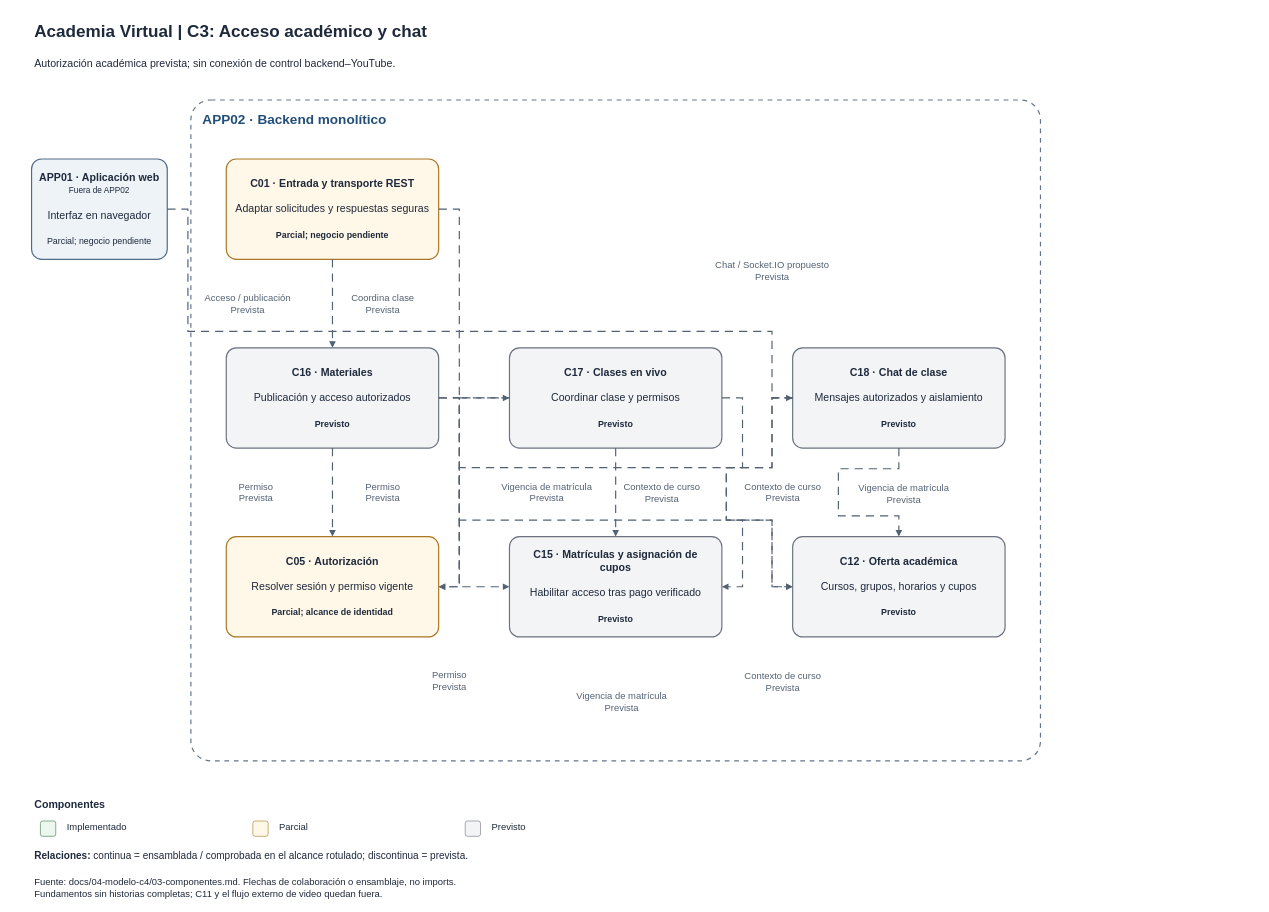
Above: page "6 - Acceso academico y chat" (7 of 8) of docs/diagramas/c4-componentes.drawio in WillimasRusbelths/academia-virtual (draw.io), before the change. Source tidied: cells renumbered, new cells numbered last; positions are measured from the earlier drawing's top-left corner, leaving out a move shared by most shapes. Both pictures are drawn from the tidied source at 59%, with x=0, y=0 at pixel (31, 17).
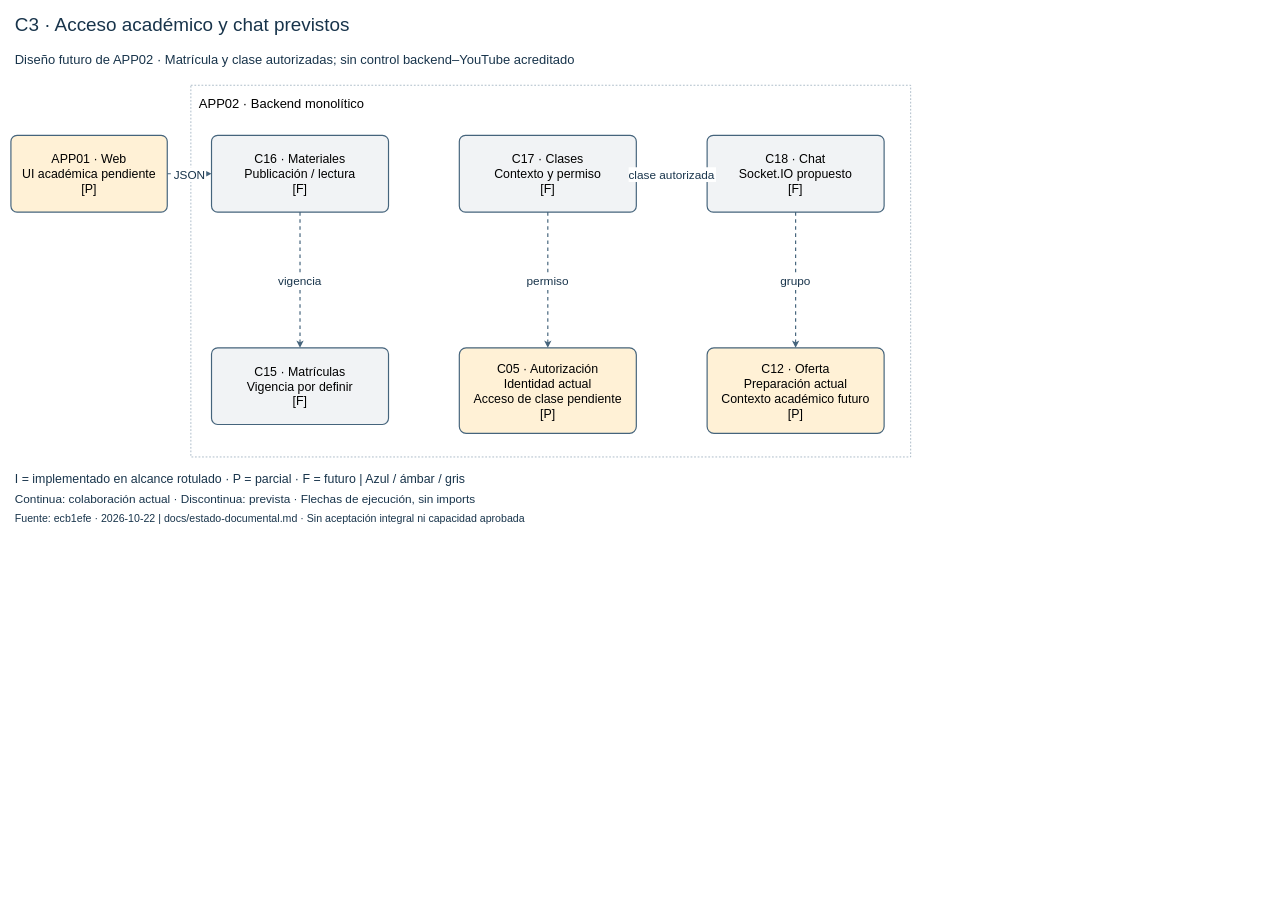
Above is the later version.

The edit, as a diff of the source:
```diff
@@
-<mxGraphModel background="#ffffff">
+<mxGraphModel>
@@
-    <mxCell id="2" value="&lt;b&gt;Academia Virtual | C3: Acceso académico y chat&lt;/b&gt;" style="fontFamily=Arial;html=1;text;whiteSpace=wrap;align=left;verticalAlign=middle;spacing=5;fontSize=29;fontColor=#1e293b;fillColor=none;strokeColor=none;" parent="1" vertex="1">
-      <mxGeometry width="2080" height="48" as="geometry" />
+    <mxCell id="2" value="C3 · Acceso académico y chat previstos" style="text;html=0;whiteSpace=wrap;align=left;verticalAlign=middle;fontSize=32;fontColor=#18344b;" parent="1" vertex="1">
+      <mxGeometry x="-30" y="-12" width="1540" height="50" as="geometry" />
     </mxCell>
-    <mxCell id="3" value="Autorización académica prevista; sin conexión de control backend–YouTube." style="fontFamily=Arial;html=1;text;whiteSpace=wrap;align=left;verticalAlign=middle;spacing=5;fontSize=18;fontColor=#1e293b;fillColor=none;strokeColor=none;" parent="1" vertex="1">
-      <mxGeometry y="55" width="2080" height="45" as="geometry" />
-    </mxCell>
+    <mxCell id="34" value="Diseño futuro de APP02 · Matrícula y clase autorizadas; sin control backend–YouTube acreditado" style="text;html=0;whiteSpace=wrap;align=left;verticalAlign=middle;fontSize=22;fontColor=#18344b;" parent="1" vertex="1">
+      <mxGeometry x="-30" y="43" width="1540" height="58" as="geometry" />
+    </mxCell>
+    <mxCell id="35" value="I = implementado en alcance rotulado · P = parcial · F = futuro | Azul / ámbar / gris" style="text;html=0;whiteSpace=wrap;align=left;verticalAlign=middle;fontSize=21;fontColor=#18344b;" parent="1" vertex="1">
+      <mxGeometry x="-30" y="765" width="1540" height="32" as="geometry" />
+    </mxCell>
+    <mxCell id="36" value="Continua: colaboración actual · Discontinua: prevista · Flechas de ejecución, sin imports" style="text;html=0;whiteSpace=wrap;align=left;verticalAlign=middle;fontSize=20;fontColor=#18344b;" parent="1" vertex="1">
+      <mxGeometry x="-30" y="800" width="1540" height="29" as="geometry" />
+    </mxCell>
+    <mxCell id="33" value="Fuente: ecb1efe · 2026-10-22 | docs/estado-documental.md · Sin aceptación integral ni capacidad aprobada" style="text;html=0;whiteSpace=wrap;align=left;verticalAlign=middle;fontSize=18;fontColor=#18344b;" parent="1" vertex="1">
+      <mxGeometry x="-30" y="836" width="1540" height="25" as="geometry" />
+    </mxCell>
-    <mxCell id="4" value="&lt;b&gt;APP02 · Backend monolítico&lt;/b&gt;" style="fontFamily=Arial;html=1;rounded=1;arcSize=3;align=left;verticalAlign=top;spacingLeft=18;spacingTop=14;fontSize=23;fontColor=#234e78;fillColor=#ffffff;strokeColor=#64748b;strokeWidth=2;dashed=1;dashPattern=4 4;" parent="1" vertex="1">
-      <mxGeometry x="270" y="140" width="1440" height="1120" as="geometry" />
+    <mxCell id="4" value="APP02 · Backend monolítico" style="rounded=0;html=0;whiteSpace=wrap;align=left;verticalAlign=top;spacing=14;fontSize=22;fillColor=#ffffff;strokeColor=#7891a5;dashed=1;" parent="1" vertex="1">
+      <mxGeometry x="270" y="115" width="1220" height="630" as="geometry" />
     </mxCell>
-    <mxCell id="5" value="&lt;b&gt;C01 · Entrada y transporte REST&lt;/b&gt;&lt;br&gt;&lt;br&gt;Adaptar solicitudes y respuestas seguras&lt;br&gt;&lt;br&gt;&lt;span style=&quot;font-size:15px&quot;&gt;&lt;b&gt;Parcial; negocio pendiente&lt;/b&gt;&lt;/span&gt;" style="fontFamily=Arial;html=1;rounded=1;arcSize=10;whiteSpace=wrap;align=center;verticalAlign=middle;spacing=14;fontSize=18;fontColor=#1e293b;fillColor=#fff7e7;strokeColor=#a97725;strokeWidth=2;" parent="4" vertex="1">
-      <mxGeometry x="60" y="100" width="360" height="170" as="geometry" />
-    </mxCell>
+    <mxCell id="12" value="APP01 · Web&#10;UI académica pendiente&#10;[P]" style="rounded=1;arcSize=8;html=0;whiteSpace=wrap;align=center;verticalAlign=middle;fontSize=21;spacing=10;fillColor=#fff1d6;strokeColor=#45647c;strokeWidth=2;" parent="1" vertex="1">
+      <mxGeometry x="-35" y="200" width="265" height="130" as="geometry" />
+    </mxCell>
-    <mxCell id="6" value="&lt;b&gt;C16 · Materiales&lt;/b&gt;&lt;br&gt;&lt;br&gt;Publicación y acceso autorizados&lt;br&gt;&lt;br&gt;&lt;span style=&quot;font-size:15px&quot;&gt;&lt;b&gt;Previsto&lt;/b&gt;&lt;/span&gt;" style="fontFamily=Arial;html=1;rounded=1;arcSize=10;whiteSpace=wrap;align=center;verticalAlign=middle;spacing=14;fontSize=18;fontColor=#1e293b;fillColor=#f3f4f6;strokeColor=#6b7280;strokeWidth=2;" parent="4" vertex="1">
-      <mxGeometry x="60" y="420" width="360" height="170" as="geometry" />
+    <mxCell id="6" value="C16 · Materiales&#10;Publicación / lectura&#10;[F]" style="rounded=1;arcSize=8;html=0;whiteSpace=wrap;align=center;verticalAlign=middle;fontSize=21;spacing=10;fillColor=#f1f3f5;strokeColor=#45647c;strokeWidth=2;" parent="1" vertex="1">
+      <mxGeometry x="305" y="200" width="300" height="130" as="geometry" />
     </mxCell>
-    <mxCell id="7" value="&lt;b&gt;C17 · Clases en vivo&lt;/b&gt;&lt;br&gt;&lt;br&gt;Coordinar clase y permisos&lt;br&gt;&lt;br&gt;&lt;span style=&quot;font-size:15px&quot;&gt;&lt;b&gt;Previsto&lt;/b&gt;&lt;/span&gt;" style="fontFamily=Arial;html=1;rounded=1;arcSize=10;whiteSpace=wrap;align=center;verticalAlign=middle;spacing=14;fontSize=18;fontColor=#1e293b;fillColor=#f3f4f6;strokeColor=#6b7280;strokeWidth=2;" parent="4" vertex="1">
-      <mxGeometry x="540" y="420" width="360" height="170" as="geometry" />
+    <mxCell id="7" value="C17 · Clases&#10;Contexto y permiso&#10;[F]" style="rounded=1;arcSize=8;html=0;whiteSpace=wrap;align=center;verticalAlign=middle;fontSize=21;spacing=10;fillColor=#f1f3f5;strokeColor=#45647c;strokeWidth=2;" parent="1" vertex="1">
+      <mxGeometry x="725" y="200" width="300" height="130" as="geometry" />
     </mxCell>
-    <mxCell id="8" value="&lt;b&gt;C18 · Chat de clase&lt;/b&gt;&lt;br&gt;&lt;br&gt;Mensajes autorizados y aislamiento&lt;br&gt;&lt;br&gt;&lt;span style=&quot;font-size:15px&quot;&gt;&lt;b&gt;Previsto&lt;/b&gt;&lt;/span&gt;" style="fontFamily=Arial;html=1;rounded=1;arcSize=10;whiteSpace=wrap;align=center;verticalAlign=middle;spacing=14;fontSize=18;fontColor=#1e293b;fillColor=#f3f4f6;strokeColor=#6b7280;strokeWidth=2;" parent="4" vertex="1">
-      <mxGeometry x="1020" y="420" width="360" height="170" as="geometry" />
+    <mxCell id="8" value="C18 · Chat&#10;Socket.IO propuesto&#10;[F]" style="rounded=1;arcSize=8;html=0;whiteSpace=wrap;align=center;verticalAlign=middle;fontSize=21;spacing=10;fillColor=#f1f3f5;strokeColor=#45647c;strokeWidth=2;" parent="1" vertex="1">
+      <mxGeometry x="1145" y="200" width="300" height="130" as="geometry" />
     </mxCell>
+    <mxCell id="10" value="C15 · Matrículas&#10;Vigencia por definir&#10;[F]" style="rounded=1;arcSize=8;html=0;whiteSpace=wrap;align=center;verticalAlign=middle;fontSize=21;spacing=10;fillColor=#f1f3f5;strokeColor=#45647c;strokeWidth=2;" parent="1" vertex="1">
+      <mxGeometry x="305" y="560" width="300" height="130" as="geometry" />
+    </mxCell>
-    <mxCell id="9" value="&lt;b&gt;C05 · Autorización&lt;/b&gt;&lt;br&gt;&lt;br&gt;Resolver sesión y permiso vigente&lt;br&gt;&lt;br&gt;&lt;span style=&quot;font-size:15px&quot;&gt;&lt;b&gt;Parcial; alcance de identidad&lt;/b&gt;&lt;/span&gt;" style="fontFamily=Arial;html=1;rounded=1;arcSize=10;whiteSpace=wrap;align=center;verticalAlign=middle;spacing=14;fontSize=18;fontColor=#1e293b;fillColor=#fff7e7;strokeColor=#a97725;strokeWidth=2;" parent="4" vertex="1">
-      <mxGeometry x="60" y="740" width="360" height="170" as="geometry" />
+    <mxCell id="9" value="C05 · Autorización&#10;Identidad actual&#10;Acceso de clase pendiente&#10;[P]" style="rounded=1;arcSize=8;html=0;whiteSpace=wrap;align=center;verticalAlign=middle;fontSize=21;spacing=10;fillColor=#fff1d6;strokeColor=#45647c;strokeWidth=2;" parent="1" vertex="1">
+      <mxGeometry x="725" y="560" width="300" height="145" as="geometry" />
     </mxCell>
-    <mxCell id="10" value="&lt;b&gt;C15 · Matrículas y asignación de cupos&lt;/b&gt;&lt;br&gt;&lt;br&gt;Habilitar acceso tras pago verificado&lt;br&gt;&lt;br&gt;&lt;span style=&quot;font-size:15px&quot;&gt;&lt;b&gt;Previsto&lt;/b&gt;&lt;/span&gt;" style="fontFamily=Arial;html=1;rounded=1;arcSize=10;whiteSpace=wrap;align=center;verticalAlign=middle;spacing=14;fontSize=18;fontColor=#1e293b;fillColor=#f3f4f6;strokeColor=#6b7280;strokeWidth=2;" parent="4" vertex="1">
-      <mxGeometry x="540" y="740" width="360" height="170" as="geometry" />
-    </mxCell>
-    <mxCell id="11" value="&lt;b&gt;C12 · Oferta académica&lt;/b&gt;&lt;br&gt;&lt;br&gt;Cursos, grupos, horarios y cupos&lt;br&gt;&lt;br&gt;&lt;span style=&quot;font-size:15px&quot;&gt;&lt;b&gt;Previsto&lt;/b&gt;&lt;/span&gt;" style="fontFamily=Arial;html=1;rounded=1;arcSize=10;whiteSpace=wrap;align=center;verticalAlign=middle;spacing=14;fontSize=18;fontColor=#1e293b;fillColor=#f3f4f6;strokeColor=#6b7280;strokeWidth=2;" parent="4" vertex="1">
-      <mxGeometry x="1020" y="740" width="360" height="170" as="geometry" />
+    <mxCell id="11" value="C12 · Oferta&#10;Preparación actual&#10;Contexto académico futuro&#10;[P]" style="rounded=1;arcSize=8;html=0;whiteSpace=wrap;align=center;verticalAlign=middle;fontSize=21;spacing=10;fillColor=#fff1d6;strokeColor=#45647c;strokeWidth=2;" parent="1" vertex="1">
+      <mxGeometry x="1145" y="560" width="300" height="145" as="geometry" />
     </mxCell>
-    <mxCell id="12" value="&lt;b&gt;APP01 · Aplicación web&lt;/b&gt;&lt;br&gt;&lt;span style=&quot;font-size:14px&quot;&gt;Fuera de APP02&lt;/span&gt;&lt;br&gt;&lt;br&gt;Interfaz en navegador&lt;br&gt;&lt;br&gt;&lt;span style=&quot;font-size:15px&quot;&gt;Parcial; negocio pendiente&lt;/span&gt;" style="fontFamily=Arial;html=1;rounded=1;arcSize=10;whiteSpace=wrap;align=center;verticalAlign=middle;spacing=12;fontSize=18;fontColor=#1e293b;fillColor=#eef3f8;strokeColor=#526b85;strokeWidth=2;" parent="1" vertex="1">
-      <mxGeometry y="240" width="230" height="170" as="geometry" />
-    </mxCell>
-    <mxCell id="13" value="Acceso / publicación&lt;br&gt;Prevista" style="fontFamily=Arial;html=1;edgeStyle=segmentEdgeStyle;rounded=0;exitX=0.5;exitY=1;entryX=0.5;entryY=0;exitDx=0;exitDy=0;entryDx=0;entryDy=0;endArrow=block;endFill=1;startArrow=none;strokeWidth=2;strokeColor=#536273;fontSize=16;fontColor=#536273;labelBackgroundColor=#ffffff;align=center;verticalAlign=middle;dashed=1;dashPattern=7 5;" parent="1" edge="1" source="5" target="6">
-      <mxGeometry relative="1" as="geometry">
-        <mxPoint x="-144" as="offset" />
-      </mxGeometry>
-    </mxCell>
-    <mxCell id="14" value="Coordina clase&lt;br&gt;Prevista" style="fontFamily=Arial;html=1;edgeStyle=segmentEdgeStyle;rounded=0;exitX=1;exitY=0.5;entryX=0;entryY=0.5;exitDx=0;exitDy=0;entryDx=0;entryDy=0;endArrow=block;endFill=1;startArrow=none;strokeWidth=2;strokeColor=#536273;fontSize=16;fontColor=#536273;labelBackgroundColor=#ffffff;align=center;verticalAlign=middle;dashed=1;dashPattern=7 5;" parent="1" edge="1" source="5" target="7">
-      <mxGeometry relative="1" as="geometry">
-        <Array as="points">
-          <mxPoint x="725" y="325" />
-          <mxPoint x="725" y="645" />
-        </Array>
-        <mxPoint x="-130" y="-25" as="offset" />
-      </mxGeometry>
-    </mxCell>
-    <mxCell id="15" value="Chat / Socket.IO propuesto&lt;br&gt;Prevista" style="fontFamily=Arial;html=1;edgeStyle=segmentEdgeStyle;rounded=0;exitX=1;exitY=0.5;entryX=0;entryY=0.5;exitDx=0;exitDy=0;entryDx=0;entryDy=0;endArrow=block;endFill=1;startArrow=none;strokeWidth=2;strokeColor=#536273;fontSize=16;fontColor=#536273;labelBackgroundColor=#ffffff;align=center;verticalAlign=middle;dashed=1;dashPattern=7 5;" parent="1" edge="1" source="12" target="8">
-      <mxGeometry relative="1" as="geometry">
-        <Array as="points">
-          <mxPoint x="265" y="325" />
-          <mxPoint x="265" y="532" />
-          <mxPoint x="1255" y="532" />
-          <mxPoint x="1255" y="645" />
-        </Array>
-        <mxPoint x="542" y="-103.5" as="offset" />
-      </mxGeometry>
-    </mxCell>
-    <mxCell id="16" value="Permiso&lt;br&gt;Prevista" style="fontFamily=Arial;html=1;edgeStyle=segmentEdgeStyle;rounded=0;exitX=0.5;exitY=1;entryX=0.5;entryY=0;exitDx=0;exitDy=0;entryDx=0;entryDy=0;endArrow=block;endFill=1;startArrow=none;strokeWidth=2;strokeColor=#536273;fontSize=16;fontColor=#536273;labelBackgroundColor=#ffffff;align=center;verticalAlign=middle;dashed=1;dashPattern=7 5;" parent="1" edge="1" source="6" target="9">
-      <mxGeometry relative="1" as="geometry">
-        <mxPoint x="-130" as="offset" />
-      </mxGeometry>
-    </mxCell>
+    <mxCell id="37" value="JSON" style="edgeStyle=orthogonalEdgeStyle;rounded=0;html=0;fontSize=20;fontColor=#18344b;strokeColor=#45647c;strokeWidth=2;endArrow=classic;endFill=1;exitX=1;exitY=0.5;entryX=0;entryY=0.5;dashed=1;" parent="1" edge="1" source="12" target="6">
+      <mxGeometry relative="1" as="geometry" />
+    </mxCell>
-    <mxCell id="17" value="Vigencia de matrícula&lt;br&gt;Prevista" style="fontFamily=Arial;html=1;edgeStyle=segmentEdgeStyle;rounded=0;exitX=1;exitY=0.5;entryX=0;entryY=0.5;exitDx=0;exitDy=0;entryDx=0;entryDy=0;endArrow=block;endFill=1;startArrow=none;strokeWidth=2;strokeColor=#536273;fontSize=16;fontColor=#536273;labelBackgroundColor=#ffffff;align=center;verticalAlign=middle;dashed=1;dashPattern=7 5;" parent="1" edge="1" source="6" target="10">
-      <mxGeometry relative="1" as="geometry">
-        <Array as="points">
-          <mxPoint x="725" y="645" />
-          <mxPoint x="725" y="965" />
-        </Array>
-        <mxPoint x="148" y="-25" as="offset" />
-      </mxGeometry>
+    <mxCell id="17" value="vigencia" style="edgeStyle=orthogonalEdgeStyle;rounded=0;html=0;fontSize=20;fontColor=#18344b;strokeColor=#45647c;strokeWidth=2;endArrow=classic;endFill=1;exitX=0.5;exitY=1;entryX=0.5;entryY=0;dashed=1;" parent="1" edge="1" source="6" target="10">
+      <mxGeometry relative="1" as="geometry" />
     </mxCell>
-    <mxCell id="18" value="Contexto de curso&lt;br&gt;Prevista" style="fontFamily=Arial;html=1;edgeStyle=segmentEdgeStyle;rounded=0;exitX=1;exitY=0.5;entryX=0;entryY=0.5;exitDx=0;exitDy=0;entryDx=0;entryDy=0;endArrow=block;endFill=1;startArrow=none;strokeWidth=2;strokeColor=#536273;fontSize=16;fontColor=#536273;labelBackgroundColor=#ffffff;align=center;verticalAlign=middle;dashed=1;dashPattern=7 5;" parent="1" edge="1" source="6" target="11">
-      <mxGeometry relative="1" as="geometry">
-        <Array as="points">
-          <mxPoint x="725" y="645" />
-          <mxPoint x="725" y="852" />
-          <mxPoint x="1255" y="852" />
-          <mxPoint x="1255" y="965" />
-        </Array>
-        <mxPoint x="329.5" y="-47" as="offset" />
-      </mxGeometry>
-    </mxCell>
-    <mxCell id="19" value="Permiso&lt;br&gt;Prevista" style="fontFamily=Arial;html=1;edgeStyle=segmentEdgeStyle;rounded=0;exitX=0;exitY=0.5;entryX=1;entryY=0.5;exitDx=0;exitDy=0;entryDx=0;entryDy=0;endArrow=block;endFill=1;startArrow=none;strokeWidth=2;strokeColor=#536273;fontSize=16;fontColor=#536273;labelBackgroundColor=#ffffff;align=center;verticalAlign=middle;dashed=1;dashPattern=7 5;" parent="1" edge="1" source="7" target="9">
-      <mxGeometry relative="1" as="geometry">
-        <Array as="points">
-          <mxPoint x="725" y="645" />
-          <mxPoint x="725" y="965" />
-        </Array>
-        <mxPoint x="-130" y="25" as="offset" />
-      </mxGeometry>
+    <mxCell id="19" value="permiso" style="edgeStyle=orthogonalEdgeStyle;rounded=0;html=0;fontSize=20;fontColor=#18344b;strokeColor=#45647c;strokeWidth=2;endArrow=classic;endFill=1;exitX=0.5;exitY=1;entryX=0.5;entryY=0;dashed=1;" parent="1" edge="1" source="7" target="9">
+      <mxGeometry relative="1" as="geometry" />
     </mxCell>
-    <mxCell id="20" value="Vigencia de matrícula&lt;br&gt;Prevista" style="fontFamily=Arial;html=1;edgeStyle=segmentEdgeStyle;rounded=0;exitX=0.5;exitY=1;entryX=0.5;entryY=0;exitDx=0;exitDy=0;entryDx=0;entryDy=0;endArrow=block;endFill=1;startArrow=none;strokeWidth=2;strokeColor=#536273;fontSize=16;fontColor=#536273;labelBackgroundColor=#ffffff;align=center;verticalAlign=middle;dashed=1;dashPattern=7 5;" parent="1" edge="1" source="7" target="10">
-      <mxGeometry relative="1" as="geometry">
-        <mxPoint x="10" y="355" as="offset" />
-      </mxGeometry>
-    </mxCell>
-    <mxCell id="21" value="Contexto de curso&lt;br&gt;Prevista" style="fontFamily=Arial;html=1;edgeStyle=segmentEdgeStyle;rounded=0;exitX=1;exitY=0.5;entryX=0;entryY=0.5;exitDx=0;exitDy=0;entryDx=0;entryDy=0;endArrow=block;endFill=1;startArrow=none;strokeWidth=2;strokeColor=#536273;fontSize=16;fontColor=#536273;labelBackgroundColor=#ffffff;align=center;verticalAlign=middle;dashed=1;dashPattern=7 5;" parent="1" edge="1" source="7" target="11">
-      <mxGeometry relative="1" as="geometry">
-        <Array as="points">
-          <mxPoint x="1205" y="645" />
-          <mxPoint x="1205" y="763" />
-          <mxPoint x="1177.5" y="763" />
-          <mxPoint x="1177.5" y="852" />
-          <mxPoint x="1255" y="852" />
-          <mxPoint x="1255" y="965" />
-        </Array>
-        <mxPoint x="95" y="295" as="offset" />
-      </mxGeometry>
-    </mxCell>
-    <mxCell id="22" value="Permiso&lt;br&gt;Prevista" style="fontFamily=Arial;html=1;edgeStyle=segmentEdgeStyle;rounded=0;exitX=0;exitY=0.5;entryX=1;entryY=0.5;exitDx=0;exitDy=0;entryDx=0;entryDy=0;endArrow=block;endFill=1;startArrow=none;strokeWidth=2;strokeColor=#536273;fontSize=16;fontColor=#536273;labelBackgroundColor=#ffffff;align=center;verticalAlign=middle;dashed=1;dashPattern=7 5;" parent="1" edge="1" source="8" target="9">
-      <mxGeometry relative="1" as="geometry">
-        <Array as="points">
-          <mxPoint x="1255" y="645" />
-          <mxPoint x="1255" y="763" />
-          <mxPoint x="725" y="763" />
-          <mxPoint x="725" y="965" />
-        </Array>
-        <mxPoint x="-240.5" y="362" as="offset" />
-      </mxGeometry>
-    </mxCell>
-    <mxCell id="23" value="Vigencia de matrícula&lt;br&gt;Prevista" style="fontFamily=Arial;html=1;edgeStyle=segmentEdgeStyle;rounded=0;exitX=0;exitY=0.5;entryX=1;entryY=0.5;exitDx=0;exitDy=0;entryDx=0;entryDy=0;endArrow=block;endFill=1;startArrow=none;strokeWidth=2;strokeColor=#536273;fontSize=16;fontColor=#536273;labelBackgroundColor=#ffffff;align=center;verticalAlign=middle;dashed=1;dashPattern=7 5;" parent="1" edge="1" source="8" target="10">
-      <mxGeometry relative="1" as="geometry">
-        <Array as="points">
-          <mxPoint x="1255" y="645" />
-          <mxPoint x="1255" y="763" />
-          <mxPoint x="1177.5" y="763" />
-          <mxPoint x="1177.5" y="852" />
-          <mxPoint x="1205" y="852" />
-          <mxPoint x="1205" y="965" />
-        </Array>
-        <mxPoint x="300" y="27.5" as="offset" />
-      </mxGeometry>
-    </mxCell>
-    <mxCell id="24" value="Contexto de curso&lt;br&gt;Prevista" style="fontFamily=Arial;html=1;edgeStyle=segmentEdgeStyle;rounded=0;exitX=0.5;exitY=1;entryX=0.5;entryY=0;exitDx=0;exitDy=0;entryDx=0;entryDy=0;endArrow=block;endFill=1;startArrow=none;strokeWidth=2;strokeColor=#536273;fontSize=16;fontColor=#536273;labelBackgroundColor=#ffffff;align=center;verticalAlign=middle;dashed=1;dashPattern=7 5;" parent="1" edge="1" source="8" target="11">
-      <mxGeometry relative="1" as="geometry">
-        <Array as="points">
-          <mxPoint x="1470" y="765" />
-          <mxPoint x="1367.5" y="765" />
-          <mxPoint x="1367.5" y="845" />
-          <mxPoint x="1470" y="845" />
-        </Array>
-        <mxPoint x="-300" as="offset" />
-      </mxGeometry>
+    <mxCell id="24" value="grupo" style="edgeStyle=orthogonalEdgeStyle;rounded=0;html=0;fontSize=20;fontColor=#18344b;strokeColor=#45647c;strokeWidth=2;endArrow=classic;endFill=1;exitX=0.5;exitY=1;entryX=0.5;entryY=0;dashed=1;" parent="1" edge="1" source="8" target="11">
+      <mxGeometry relative="1" as="geometry" />
     </mxCell>
-    <mxCell id="25" value="&lt;b&gt;Componentes&lt;/b&gt;" style="fontFamily=Arial;html=1;text;whiteSpace=wrap;align=left;verticalAlign=middle;spacing=5;fontSize=18;fontColor=#1e293b;fillColor=none;strokeColor=none;" parent="1" vertex="1">
-      <mxGeometry y="1320" width="2080" height="28" as="geometry" />
-    </mxCell>
-    <mxCell id="26" style="rounded=1;fillColor=#edf7ef;strokeColor=#37764c;" parent="1" vertex="1">
-      <mxGeometry x="15" y="1362" width="26" height="26" as="geometry" />
-    </mxCell>
-    <mxCell id="27" value="Implementado" style="fontFamily=Arial;html=1;text;whiteSpace=wrap;align=left;verticalAlign=middle;spacing=5;fontSize=16;fontColor=#1e293b;fillColor=none;strokeColor=none;" parent="1" vertex="1">
-      <mxGeometry x="55" y="1350" width="300" height="44" as="geometry" />
-    </mxCell>
-    <mxCell id="28" style="rounded=1;fillColor=#fff7e7;strokeColor=#a97725;" parent="1" vertex="1">
-      <mxGeometry x="375" y="1362" width="26" height="26" as="geometry" />
-    </mxCell>
-    <mxCell id="29" value="Parcial" style="fontFamily=Arial;html=1;text;whiteSpace=wrap;align=left;verticalAlign=middle;spacing=5;fontSize=16;fontColor=#1e293b;fillColor=none;strokeColor=none;" parent="1" vertex="1">
-      <mxGeometry x="415" y="1350" width="300" height="44" as="geometry" />
-    </mxCell>
-    <mxCell id="30" style="rounded=1;fillColor=#f3f4f6;strokeColor=#6b7280;" parent="1" vertex="1">
-      <mxGeometry x="735" y="1362" width="26" height="26" as="geometry" />
-    </mxCell>
-    <mxCell id="31" value="Previsto" style="fontFamily=Arial;html=1;text;whiteSpace=wrap;align=left;verticalAlign=middle;spacing=5;fontSize=16;fontColor=#1e293b;fillColor=none;strokeColor=none;" parent="1" vertex="1">
-      <mxGeometry x="775" y="1350" width="300" height="44" as="geometry" />
-    </mxCell>
-    <mxCell id="32" value="&lt;b&gt;Relaciones:&lt;/b&gt; continua = ensamblada / comprobada en el alcance rotulado; discontinua = prevista." style="fontFamily=Arial;html=1;text;whiteSpace=wrap;align=left;verticalAlign=middle;spacing=5;fontSize=17;fontColor=#1e293b;fillColor=none;strokeColor=none;" parent="1" vertex="1">
-      <mxGeometry y="1404" width="2080" height="35" as="geometry" />
-    </mxCell>
-    <mxCell id="33" value="Fuente: docs/04-modelo-c4/03-componentes.md. Flechas de colaboración o ensamblaje, no imports.&lt;br&gt;Fundamentos sin historias completas; C11 y el flujo externo de video quedan fuera." style="fontFamily=Arial;html=1;text;whiteSpace=wrap;align=left;verticalAlign=middle;spacing=5;fontSize=16;fontColor=#1e293b;fillColor=none;strokeColor=none;" parent="1" vertex="1">
-      <mxGeometry y="1450" width="2080" height="50" as="geometry" />
-    </mxCell>
+    <mxCell id="38" value="clase autorizada" style="edgeStyle=orthogonalEdgeStyle;rounded=0;html=0;fontSize=20;fontColor=#18344b;strokeColor=#45647c;strokeWidth=2;endArrow=classic;endFill=1;exitX=0;exitY=0.5;entryX=1;entryY=0.5;dashed=1;" parent="1" edge="1" source="8" target="7">
+      <mxGeometry relative="1" as="geometry" />
+    </mxCell>
```
